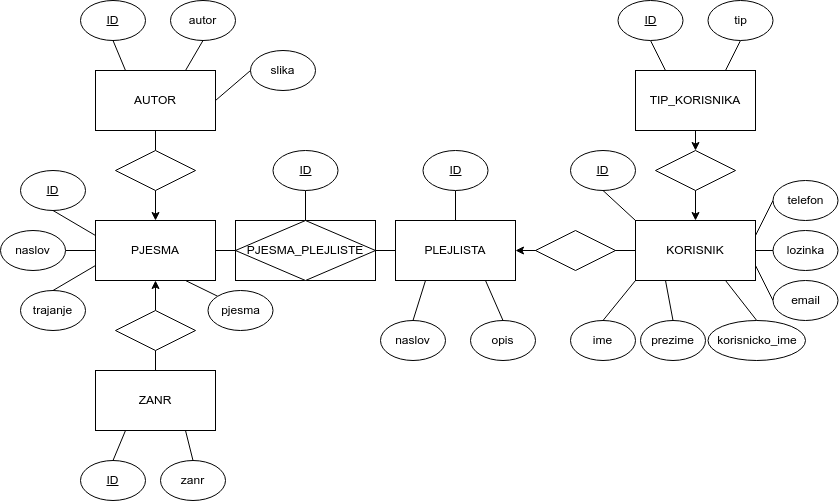
Balsa-Dogandzic/SoundBazaar keeps this draw.io diagram as docs/Izvjestaj1/ERD.png. Above is the earlier version. Source tidied: cells renumbered, new cells last; positions are measured from the earlier drawing's top-left corner, leaving out a move shared by most shapes.
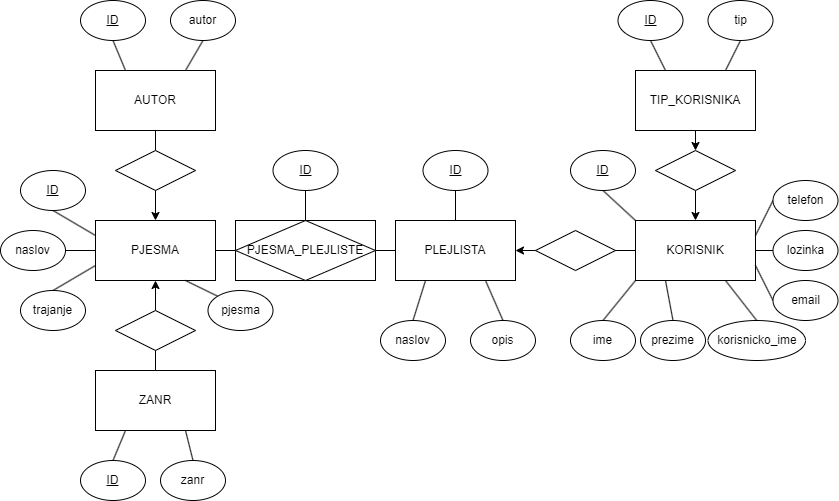
The same file after the commit.

What changed in the source:
```diff
@@ -191,11 +191,5 @@
     <mxCell id="64" value="pjesma" style="ellipse;whiteSpace=wrap;html=1;" parent="1" vertex="1">
       <mxGeometry x="207.5" y="290" width="65" height="40" as="geometry" />
     </mxCell>
-    <mxCell id="65" value="slika" style="ellipse;whiteSpace=wrap;html=1;" parent="1" vertex="1">
-      <mxGeometry x="250" y="50" width="65" height="40" as="geometry" />
-    </mxCell>
-    <mxCell id="66" style="endArrow=none;html=1;rounded=0;exitX=1;exitY=0.5;exitDx=0;exitDy=0;entryX=0;entryY=0.5;entryDx=0;entryDy=0;" parent="1" edge="1" source="5" target="65">
-      <mxGeometry relative="1" as="geometry" />
-    </mxCell>
   </root>
 </mxGraphModel>
```
